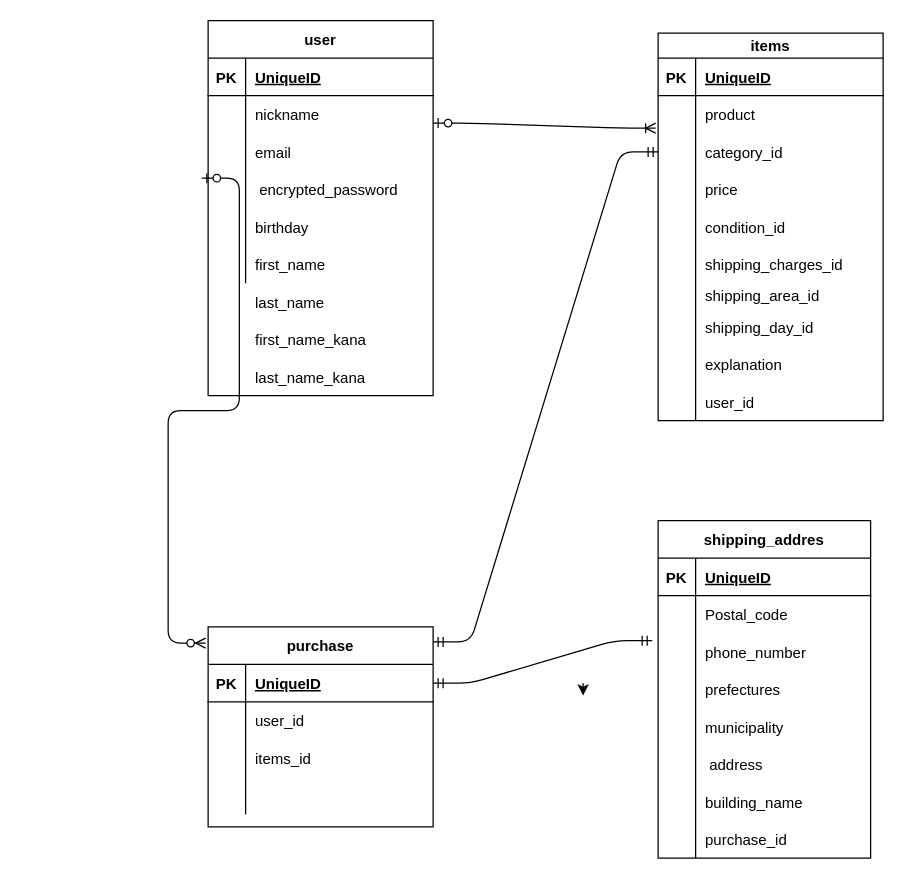
Earlier version of the draw.io diagram test.dio (nakayamagenta/furima-35055). Source tidied: cells renumbered, new cells numbered last; positions are measured from the earlier drawing's top-left corner, leaving out a move shared by most shapes. Both pictures are drawn from the tidied source at 125%, with x=0, y=0 at pixel (20, 20).
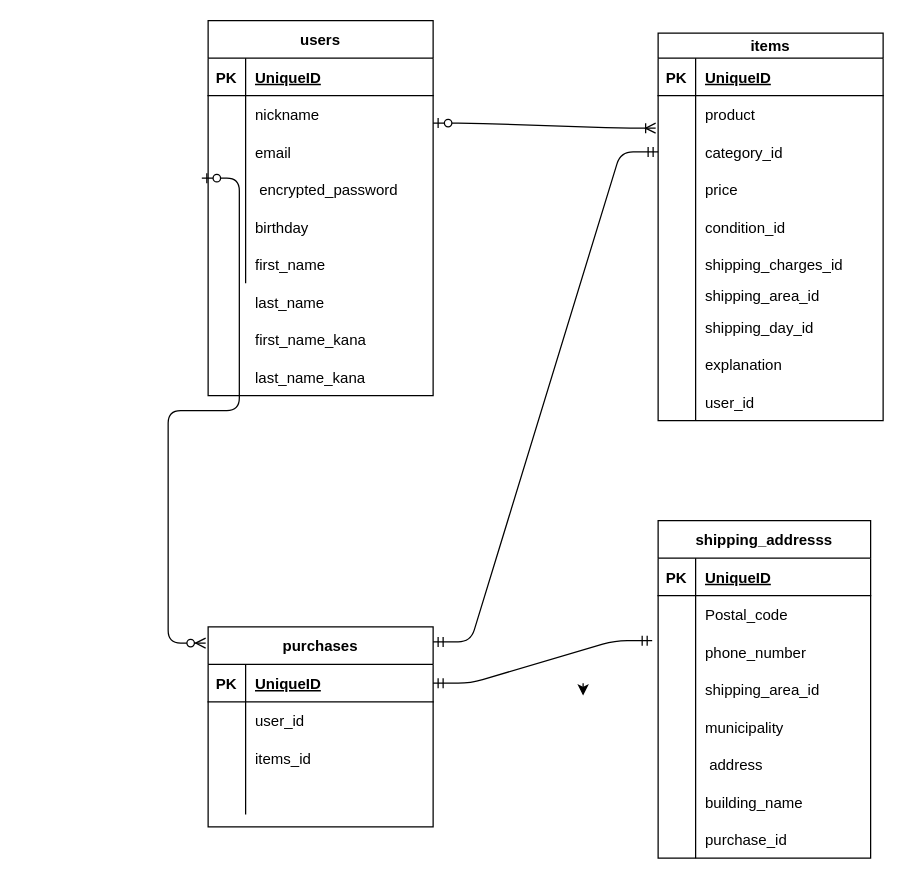
The same diagram, later.

Commit message (it also covers changes not shown here):
データベース設計　修正７

Unchanged cells that the change refers to:
```xml
<mxCell id="56" style="shape=partialRectangle;fillColor=none;top=0;left=0;bottom=0;right=0;" parent="46" vertex="1">
  <mxGeometry y="120" width="170" height="30" as="geometry" />
</mxCell>
```

Diff of the diagram source:
```diff
@@
-    <mxCell id="33" value="purchase" style="shape=table;startSize=30;childLayout=tableLayout;rowLines=0;fontStyle=1;align=center;" parent="1" vertex="1">
+    <mxCell id="33" value="purchases" style="shape=table;startSize=30;childLayout=tableLayout;rowLines=0;fontStyle=1;align=center;" parent="1" vertex="1">
       <mxGeometry x="150" y="485" width="180" height="160" as="geometry" />
     </mxCell>
@@
-    <mxCell id="46" value="shipping_addres" style="shape=table;startSize=30;childLayout=tableLayout;rowLines=0;fontStyle=1;align=center;" parent="1" vertex="1">
+    <mxCell id="46" value="shipping_addresss" style="shape=table;startSize=30;childLayout=tableLayout;rowLines=0;fontStyle=1;align=center;" parent="1" vertex="1">
       <mxGeometry x="510" y="400" width="170" height="270" as="geometry" />
     </mxCell>
@@
-    <mxCell id="58" value="prefectures" style="shape=partialRectangle;fillColor=none;top=0;left=0;bottom=0;right=0;align=left;spacingLeft=6;overflow=hidden;" parent="56" vertex="1">
+    <mxCell id="58" value="shipping_area_id" style="shape=partialRectangle;fillColor=none;top=0;left=0;bottom=0;right=0;align=left;spacingLeft=6;overflow=hidden;" parent="56" vertex="1">
       <mxGeometry x="30" width="140" height="30" as="geometry" />
     </mxCell>
@@
-    <mxCell id="71" value="user" style="shape=table;startSize=30;childLayout=tableLayout;rowLines=0;fontStyle=1;align=center;" parent="1" vertex="1">
+    <mxCell id="71" value="users" style="shape=table;startSize=30;childLayout=tableLayout;rowLines=0;fontStyle=1;align=center;" parent="1" vertex="1">
       <mxGeometry x="150" width="180" height="300" as="geometry" />
     </mxCell>
```
